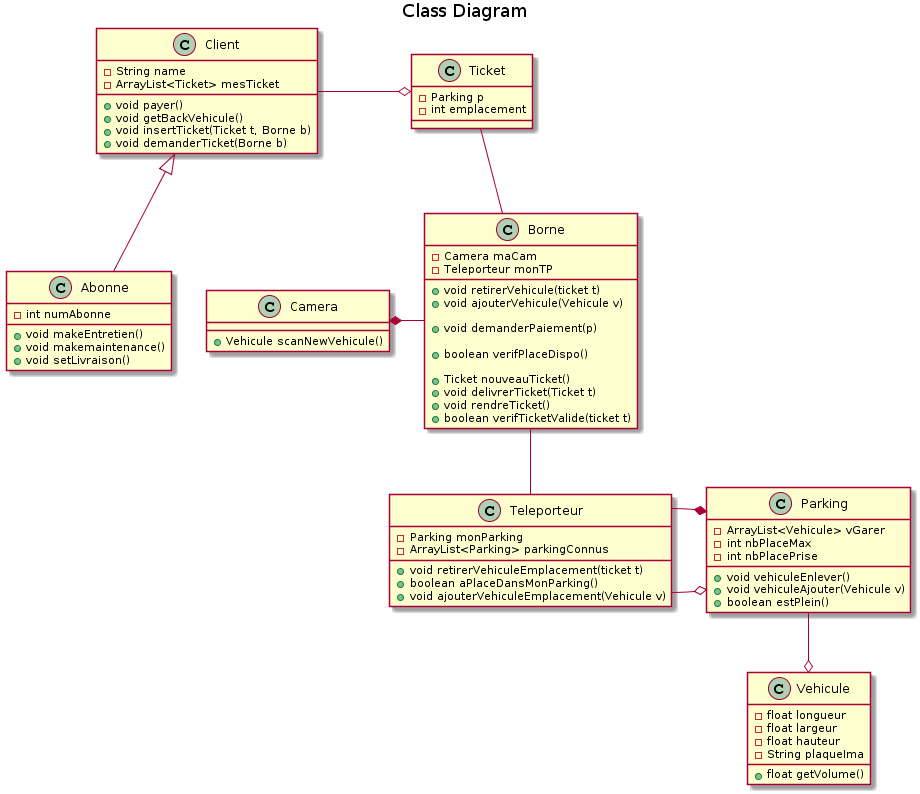
This is Documentation/classV1.png from YoannGa/PTUT2018, a PlantUML export, as it was before one commit.
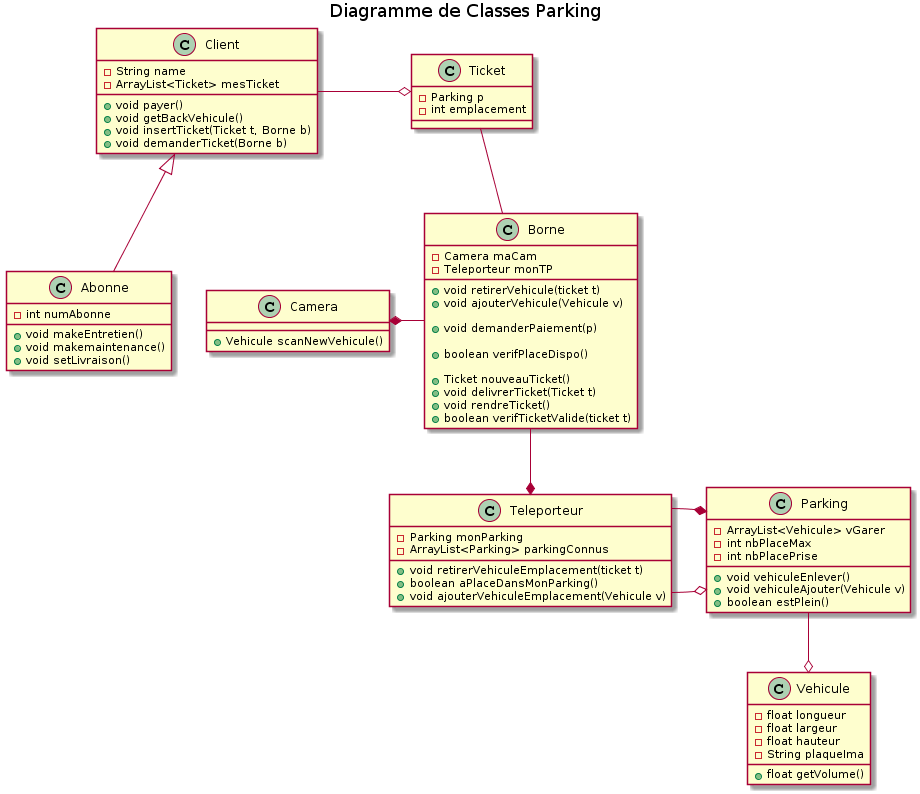
The same file after the commit.

Commit message:
CLASS : modif

Change to the diagram source:
```diff
@@ -1,5 +1,5 @@
 @startuml
-title Class Diagram
+title Diagramme de Classes Parking
 
 
 class Client {
@@ -75,7 +75,7 @@
 Ticket -- Borne
 Client -o Ticket
 Client <|-- Abonne
-Borne -- Teleporteur
+Borne --* Teleporteur
 Camera *- Borne
 Teleporteur -o Parking
 Teleporteur -* Parking
```
